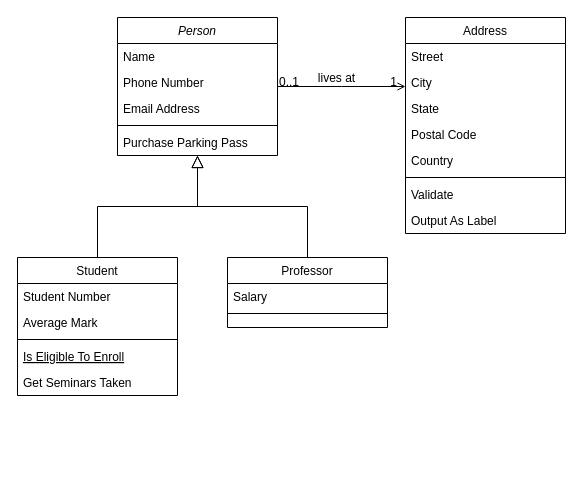
rnoguer22/Ejercicios_Herencia_POO keeps this draw.io diagram as UML/Untitled Diagram.drawio. Above is the earlier version. Source tidied: cells renumbered, new cells numbered last; positions are measured from the earlier drawing's top-left corner, leaving out a move shared by most shapes. Both pictures are drawn from the tidied source at 100%, with x=0, y=0 at pixel (17, 17).
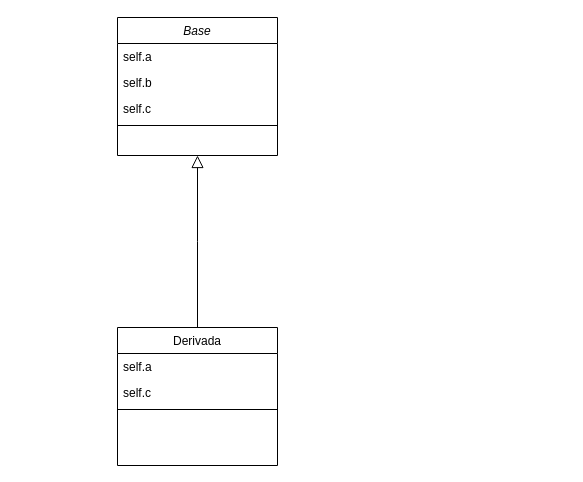
The same page after the edit.

Commit message:
cambios en el UML de puzzle

Diff of the diagram source:
```diff
@@
-    <mxCell id="2" value="Person" style="swimlane;fontStyle=2;align=center;verticalAlign=top;horizontal=1;startSize=26;rounded=0;shadow=0;strokeWidth=1;" parent="1" vertex="1">
+    <mxCell id="2" value="Base" style="swimlane;fontStyle=2;align=center;verticalAlign=top;horizontal=1;startSize=26;rounded=0;shadow=0;strokeWidth=1;" parent="1" vertex="1">
       <mxGeometry x="100" width="160" height="138" as="geometry" />
     </mxCell>
-    <mxCell id="3" value="Name" style="text;align=left;verticalAlign=top;spacingLeft=4;spacingRight=4;overflow=hidden;" parent="2" vertex="1">
+    <mxCell id="3" value="self.a" style="text;align=left;verticalAlign=top;spacingLeft=4;spacingRight=4;overflow=hidden;" parent="2" vertex="1">
       <mxGeometry y="26" width="160" height="26" as="geometry" />
     </mxCell>
-    <mxCell id="4" value="Phone Number" style="text;align=left;verticalAlign=top;spacingLeft=4;spacingRight=4;overflow=hidden;rounded=0;shadow=0;html=0;" parent="2" vertex="1">
+    <mxCell id="4" value="self.b" style="text;align=left;verticalAlign=top;spacingLeft=4;spacingRight=4;overflow=hidden;rounded=0;shadow=0;html=0;" parent="2" vertex="1">
       <mxGeometry y="52" width="160" height="26" as="geometry" />
     </mxCell>
-    <mxCell id="5" value="Email Address" style="text;align=left;verticalAlign=top;spacingLeft=4;spacingRight=4;overflow=hidden;rounded=0;shadow=0;html=0;" parent="2" vertex="1">
+    <mxCell id="5" value="self.c" style="text;align=left;verticalAlign=top;spacingLeft=4;spacingRight=4;overflow=hidden;rounded=0;shadow=0;html=0;" parent="2" vertex="1">
       <mxGeometry y="78" width="160" height="26" as="geometry" />
     </mxCell>
@@
-    <mxCell id="7" value="Purchase Parking Pass" style="text;align=left;verticalAlign=top;spacingLeft=4;spacingRight=4;overflow=hidden;" parent="2" vertex="1">
-      <mxGeometry y="112" width="160" height="26" as="geometry" />
-    </mxCell>
-    <mxCell id="8" value="Student" style="swimlane;fontStyle=0;align=center;verticalAlign=top;horizontal=1;startSize=26;rounded=0;shadow=0;strokeWidth=1;" parent="1" vertex="1">
-      <mxGeometry y="240" width="160" height="138" as="geometry" />
+    <mxCell id="8" value="Derivada" style="swimlane;fontStyle=0;align=center;verticalAlign=top;horizontal=1;startSize=26;rounded=0;shadow=0;strokeWidth=1;" parent="1" vertex="1">
+      <mxGeometry x="100" y="310" width="160" height="138" as="geometry" />
     </mxCell>
-    <mxCell id="9" value="Student Number" style="text;align=left;verticalAlign=top;spacingLeft=4;spacingRight=4;overflow=hidden;" parent="8" vertex="1">
+    <mxCell id="9" value="self.a" style="text;align=left;verticalAlign=top;spacingLeft=4;spacingRight=4;overflow=hidden;" parent="8" vertex="1">
       <mxGeometry y="26" width="160" height="26" as="geometry" />
     </mxCell>
-    <mxCell id="10" value="Average Mark" style="text;align=left;verticalAlign=top;spacingLeft=4;spacingRight=4;overflow=hidden;rounded=0;shadow=0;html=0;" parent="8" vertex="1">
+    <mxCell id="10" value="self.c" style="text;align=left;verticalAlign=top;spacingLeft=4;spacingRight=4;overflow=hidden;rounded=0;shadow=0;html=0;" parent="8" vertex="1">
       <mxGeometry y="52" width="160" height="26" as="geometry" />
     </mxCell>
@@
-    <mxCell id="12" value="Is Eligible To Enroll" style="text;align=left;verticalAlign=top;spacingLeft=4;spacingRight=4;overflow=hidden;fontStyle=4;" parent="8" vertex="1">
-      <mxGeometry y="86" width="160" height="26" as="geometry" />
-    </mxCell>
-    <mxCell id="13" value="Get Seminars Taken" style="text;align=left;verticalAlign=top;spacingLeft=4;spacingRight=4;overflow=hidden;" parent="8" vertex="1">
-      <mxGeometry y="112" width="160" height="26" as="geometry" />
-    </mxCell>
@@
-    <mxCell id="15" value="Professor" style="swimlane;fontStyle=0;align=center;verticalAlign=top;horizontal=1;startSize=26;rounded=0;shadow=0;strokeWidth=1;" parent="1" vertex="1">
-      <mxGeometry x="210" y="240" width="160" height="70" as="geometry" />
-    </mxCell>
-    <mxCell id="16" value="Salary" style="text;align=left;verticalAlign=top;spacingLeft=4;spacingRight=4;overflow=hidden;" parent="15" vertex="1">
-      <mxGeometry y="26" width="160" height="26" as="geometry" />
-    </mxCell>
-    <mxCell id="17" style="line;html=1;strokeWidth=1;align=left;verticalAlign=middle;spacingTop=-1;spacingLeft=3;spacingRight=3;labelPosition=right;" parent="15" vertex="1">
-      <mxGeometry y="52" width="160" height="8" as="geometry" />
-    </mxCell>
-    <mxCell id="18" style="endArrow=block;endSize=10;endFill=0;shadow=0;strokeWidth=1;rounded=0;edgeStyle=elbowEdgeStyle;elbow=vertical;" parent="1" edge="1" source="15" target="2">
-      <mxGeometry relative="1" as="geometry" />
-    </mxCell>
-    <mxCell id="19" value="Address" style="swimlane;fontStyle=0;align=center;verticalAlign=top;horizontal=1;startSize=26;rounded=0;shadow=0;strokeWidth=1;" parent="1" vertex="1">
-      <mxGeometry x="388" width="160" height="216" as="geometry" />
-    </mxCell>
-    <mxCell id="20" value="Street" style="text;align=left;verticalAlign=top;spacingLeft=4;spacingRight=4;overflow=hidden;" parent="19" vertex="1">
-      <mxGeometry y="26" width="160" height="26" as="geometry" />
-    </mxCell>
-    <mxCell id="21" value="City" style="text;align=left;verticalAlign=top;spacingLeft=4;spacingRight=4;overflow=hidden;rounded=0;shadow=0;html=0;" parent="19" vertex="1">
-      <mxGeometry y="52" width="160" height="26" as="geometry" />
-    </mxCell>
-    <mxCell id="22" value="State" style="text;align=left;verticalAlign=top;spacingLeft=4;spacingRight=4;overflow=hidden;rounded=0;shadow=0;html=0;" parent="19" vertex="1">
-      <mxGeometry y="78" width="160" height="26" as="geometry" />
-    </mxCell>
-    <mxCell id="23" value="Postal Code" style="text;align=left;verticalAlign=top;spacingLeft=4;spacingRight=4;overflow=hidden;rounded=0;shadow=0;html=0;" parent="19" vertex="1">
-      <mxGeometry y="104" width="160" height="26" as="geometry" />
-    </mxCell>
-    <mxCell id="24" value="Country" style="text;align=left;verticalAlign=top;spacingLeft=4;spacingRight=4;overflow=hidden;rounded=0;shadow=0;html=0;" parent="19" vertex="1">
-      <mxGeometry y="130" width="160" height="26" as="geometry" />
-    </mxCell>
-    <mxCell id="25" style="line;html=1;strokeWidth=1;align=left;verticalAlign=middle;spacingTop=-1;spacingLeft=3;spacingRight=3;labelPosition=right;" parent="19" vertex="1">
-      <mxGeometry y="156" width="160" height="8" as="geometry" />
-    </mxCell>
-    <mxCell id="26" value="Validate" style="text;align=left;verticalAlign=top;spacingLeft=4;spacingRight=4;overflow=hidden;" parent="19" vertex="1">
-      <mxGeometry y="164" width="160" height="26" as="geometry" />
-    </mxCell>
-    <mxCell id="27" value="Output As Label" style="text;align=left;verticalAlign=top;spacingLeft=4;spacingRight=4;overflow=hidden;" parent="19" vertex="1">
-      <mxGeometry y="190" width="160" height="26" as="geometry" />
-    </mxCell>
-    <mxCell id="28" style="endArrow=open;shadow=0;strokeWidth=1;rounded=0;endFill=1;edgeStyle=elbowEdgeStyle;elbow=vertical;" parent="1" edge="1" source="2" target="19">
-      <mxGeometry x="0.5" y="41" relative="1" as="geometry">
-        <mxPoint x="-40" y="32" as="offset" />
-      </mxGeometry>
-    </mxCell>
-    <mxCell id="29" value="0..1" style="align=left;verticalAlign=bottom;labelBackgroundColor=none;fontSize=12;" parent="28" vertex="1">
-      <mxGeometry x="-1" relative="1" as="geometry">
-        <mxPoint y="4" as="offset" />
-      </mxGeometry>
-    </mxCell>
-    <mxCell id="30" value="1" style="align=right;verticalAlign=bottom;labelBackgroundColor=none;fontSize=12;" parent="28" vertex="1">
-      <mxGeometry x="1" relative="1" as="geometry">
-        <mxPoint x="-7" y="4" as="offset" />
-      </mxGeometry>
-    </mxCell>
-    <mxCell id="31" value="lives at" style="text;html=1;align=center;verticalAlign=middle;labelBackgroundColor=none;rounded=0;shadow=0;strokeWidth=1;fontSize=12;" parent="28" vertex="1">
-      <mxGeometry x="0.5" y="49" relative="1" as="geometry">
-        <mxPoint x="-38" y="40" as="offset" />
-      </mxGeometry>
-    </mxCell>
```
